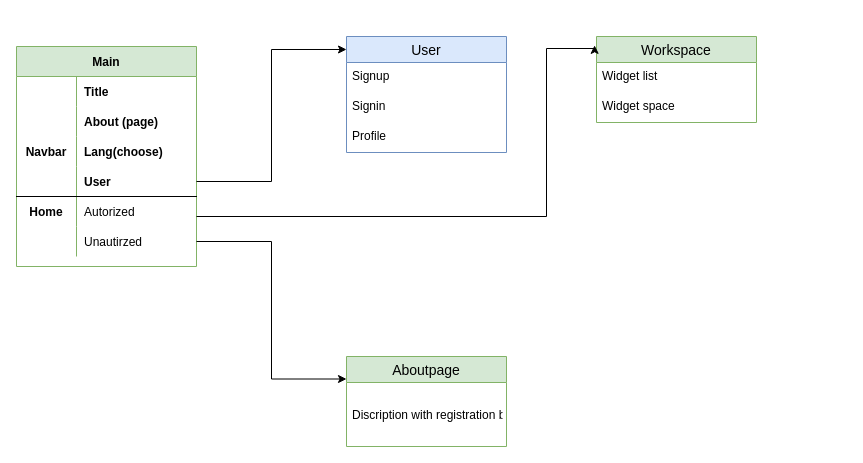
This is src/assets/Untitled Diagram.drawio from PraFaust/organizer_vue, a draw.io file, before an edit. Source tidied: cells renumbered, new cells numbered last; positions are measured from the earlier drawing's top-left corner, leaving out a move shared by most shapes. Both pictures are drawn from the tidied source at 100%, with x=0, y=0 at pixel (16, 36).
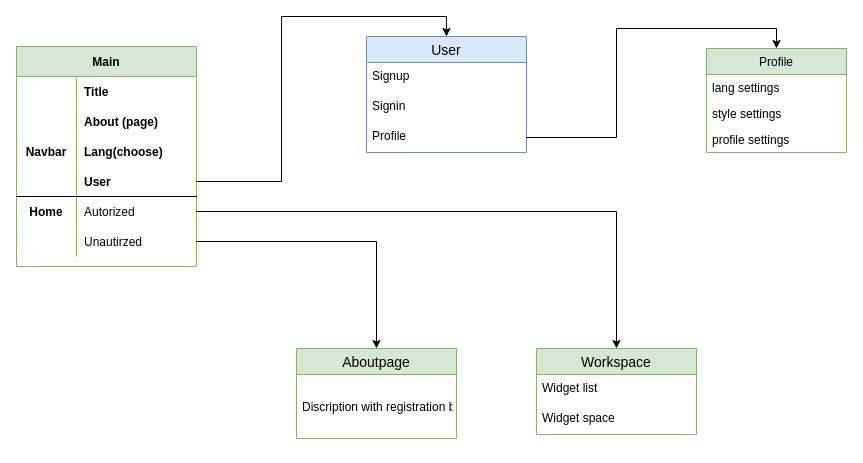
Above is the later version.

Unchanged cells that the change refers to:
```xml
<mxCell id="12" style="shape=partialRectangle;fillColor=none;top=0;left=0;bottom=1;right=0;points=[[0,0.5],[1,0.5]];portConstraint=eastwest;" parent="2" vertex="1">
  <mxGeometry y="120" width="180" height="30" as="geometry" />
</mxCell>
<mxCell id="15" style="shape=partialRectangle;fillColor=none;top=0;left=0;bottom=0;right=0;points=[[0,0.5],[1,0.5]];portConstraint=eastwest;" parent="2" vertex="1">
  <mxGeometry y="150" width="180" height="30" as="geometry" />
</mxCell>
<mxCell id="18" style="shape=partialRectangle;fillColor=none;top=0;left=0;bottom=0;right=0;points=[[0,0.5],[1,0.5]];portConstraint=eastwest;" parent="2" vertex="1">
  <mxGeometry y="180" width="180" height="30" as="geometry" />
</mxCell>
<mxCell id="24" value="Profile" style="text;strokeColor=none;fillColor=none;spacingLeft=4;spacingRight=4;overflow=hidden;points=[[0,0.5],[1,0.5]];portConstraint=eastwest;fontSize=12;" parent="21" vertex="1">
  <mxGeometry y="86" width="160" height="30" as="geometry" />
</mxCell>
```

Change to the diagram source:
```diff
@@
     <mxCell id="21" value="User" style="swimlane;fontStyle=0;horizontal=1;startSize=26;align=center;fontSize=14;fontFamily=Helvetica;fillColor=#dae8fc;strokeColor=#6c8ebf;" parent="1" vertex="1">
-      <mxGeometry x="330" width="160" height="116" as="geometry" />
+      <mxGeometry x="350" width="160" height="116" as="geometry" />
     </mxCell>
@@
-    <mxCell id="25" style="edgeStyle=orthogonalEdgeStyle;rounded=0;jettySize=auto;html=1;exitX=1;exitY=0.5;exitDx=0;exitDy=0;entryX=0;entryY=0.112;entryDx=0;entryDy=0;entryPerimeter=0;fontFamily=Helvetica;" parent="1" edge="1" source="12" target="21">
+    <mxCell id="25" style="edgeStyle=orthogonalEdgeStyle;rounded=0;jettySize=auto;html=1;exitX=1;exitY=0.5;exitDx=0;exitDy=0;entryX=0.5;entryY=0;entryDx=0;entryDy=0;fontFamily=Helvetica;" parent="1" edge="1" source="12" target="21">
       <mxGeometry relative="1" as="geometry" />
     </mxCell>
     <mxCell id="26" value="Workspace" style="swimlane;fontStyle=0;horizontal=1;startSize=26;align=center;fontSize=14;fontFamily=Helvetica;fillColor=#d5e8d4;strokeColor=#82b366;" parent="1" vertex="1">
-      <mxGeometry x="580" width="160" height="86" as="geometry" />
+      <mxGeometry x="520" y="312" width="160" height="86" as="geometry" />
     </mxCell>
@@
-    <mxCell id="29" style="edgeStyle=orthogonalEdgeStyle;rounded=0;jettySize=auto;html=1;entryX=-0.012;entryY=0.103;entryDx=0;entryDy=0;entryPerimeter=0;fontFamily=Helvetica;" parent="1" edge="1" target="26">
-      <mxGeometry relative="1" as="geometry">
-        <mxPoint x="180" y="180" as="sourcePoint" />
-        <Array as="points">
-          <mxPoint x="180" y="180" />
-          <mxPoint x="530" y="180" />
-          <mxPoint x="530" y="12" />
-        </Array>
-      </mxGeometry>
-    </mxCell>
-    <mxCell id="30" style="edgeStyle=orthogonalEdgeStyle;rounded=0;jettySize=auto;html=1;fontFamily=Helvetica;entryX=0;entryY=0.25;entryDx=0;entryDy=0;" parent="1" edge="1" source="18" target="31">
-      <mxGeometry relative="1" as="geometry" />
-    </mxCell>
     <mxCell id="31" value="Aboutpage" style="swimlane;fontStyle=0;horizontal=1;startSize=26;align=center;fontSize=14;fontFamily=Helvetica;fillColor=#d5e8d4;strokeColor=#82b366;" parent="1" vertex="1">
-      <mxGeometry x="330" y="320" width="160" height="90" as="geometry" />
+      <mxGeometry x="280" y="312" width="160" height="90" as="geometry" />
     </mxCell>
@@
+    <mxCell id="33" style="edgeStyle=orthogonalEdgeStyle;rounded=0;jettySize=auto;html=1;entryX=0.5;entryY=0;entryDx=0;entryDy=0;fontFamily=Helvetica;" parent="1" edge="1" source="15" target="26">
+      <mxGeometry relative="1" as="geometry" />
+    </mxCell>
+    <mxCell id="30" style="edgeStyle=orthogonalEdgeStyle;rounded=0;jettySize=auto;html=1;entryX=0.5;entryY=0;entryDx=0;entryDy=0;fontFamily=Helvetica;" parent="1" edge="1" source="18" target="31">
+      <mxGeometry relative="1" as="geometry" />
+    </mxCell>
+    <mxCell id="34" value="Profile" style="swimlane;fontStyle=0;horizontal=1;startSize=26;fillColor=#d5e8d4;rounded=0;labelBackgroundColor=none;fontFamily=Helvetica;align=center;html=0;strokeColor=#82b366;" parent="1" vertex="1">
+      <mxGeometry x="690" y="12" width="140" height="104" as="geometry" />
+    </mxCell>
+    <mxCell id="35" value="lang settings" style="text;strokeColor=none;fillColor=none;align=left;verticalAlign=top;spacingLeft=4;spacingRight=4;overflow=hidden;" parent="34" vertex="1">
+      <mxGeometry y="26" width="140" height="26" as="geometry" />
+    </mxCell>
+    <mxCell id="36" value="style settings" style="text;strokeColor=none;fillColor=none;align=left;verticalAlign=top;spacingLeft=4;spacingRight=4;overflow=hidden;" parent="34" vertex="1">
+      <mxGeometry y="52" width="140" height="26" as="geometry" />
+    </mxCell>
+    <mxCell id="37" value="profile settings" style="text;strokeColor=none;fillColor=none;align=left;verticalAlign=top;spacingLeft=4;spacingRight=4;overflow=hidden;" parent="34" vertex="1">
+      <mxGeometry y="78" width="140" height="26" as="geometry" />
+    </mxCell>
+    <mxCell id="38" style="edgeStyle=orthogonalEdgeStyle;rounded=0;jettySize=auto;html=1;entryX=0.5;entryY=0;entryDx=0;entryDy=0;fontFamily=Helvetica;" parent="1" edge="1" source="24" target="34">
+      <mxGeometry relative="1" as="geometry" />
+    </mxCell>
```
